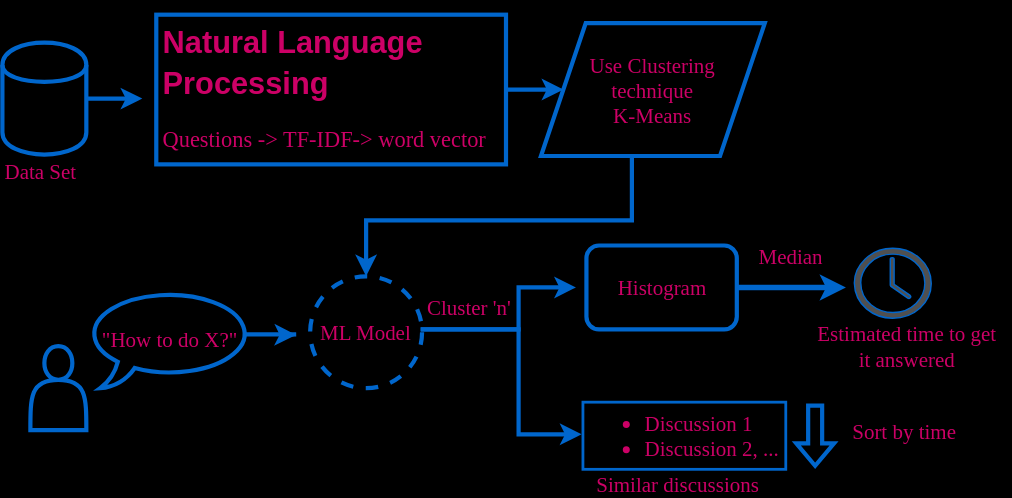
Above: images/TechHelper.svg in cksajil/cksajil.github.io (draw.io), before the change. Source tidied: cells renumbered, new cells last; positions are measured from the earlier drawing's top-left corner, leaving out a move shared by most shapes.
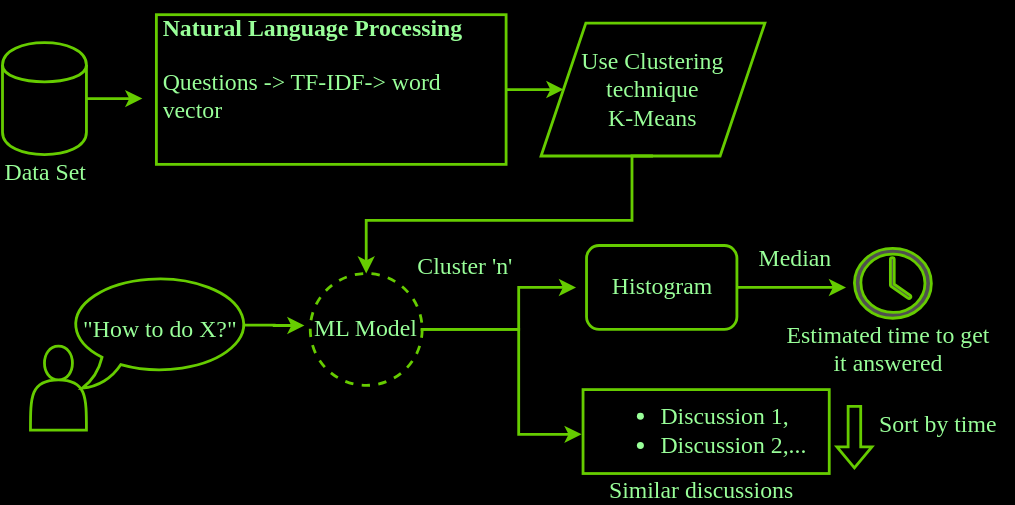
After the change.

Diff of the diagram source:
```diff
@@ -2,21 +2,21 @@
   <root>
     <mxCell id="0" />
     <mxCell id="1" parent="0" />
-    <mxCell id="2" style="edgeStyle=orthogonalEdgeStyle;rounded=0;jettySize=auto;html=1;exitX=1;exitY=0.5;exitDx=0;exitDy=0;strokeWidth=3;fontColor=#CC0066;strokeColor=#0066CC;" parent="1" edge="1" source="3">
+    <mxCell id="2" style="edgeStyle=orthogonalEdgeStyle;rounded=0;jettySize=auto;html=1;exitX=1;exitY=0.5;exitDx=0;exitDy=0;strokeWidth=2;fontFamily=Georgia;fontSize=17;fontColor=#99FF99;strokeColor=#66CC00;" parent="1" edge="1" source="3">
       <mxGeometry relative="1" as="geometry">
         <mxPoint x="100" y="60" as="targetPoint" />
       </mxGeometry>
     </mxCell>
-    <mxCell id="3" style="shape=cylinder;whiteSpace=wrap;html=1;boundedLbl=1;backgroundOutline=1;strokeWidth=3;fontColor=#CC0066;fillColor=none;strokeColor=#0066CC;" parent="1" vertex="1">
+    <mxCell id="3" style="shape=cylinder;whiteSpace=wrap;html=1;boundedLbl=1;backgroundOutline=1;strokeWidth=2;fillColor=none;fontFamily=Georgia;fontSize=17;fontColor=#99FF99;strokeColor=#66CC00;" parent="1" vertex="1">
       <mxGeometry y="20" width="60" height="80" as="geometry" />
     </mxCell>
-    <mxCell id="4" style="edgeStyle=orthogonalEdgeStyle;rounded=0;jettySize=auto;html=1;exitX=1;exitY=0.5;exitDx=0;exitDy=0;strokeWidth=3;entryX=0;entryY=0.5;entryDx=0;entryDy=0;fontColor=#CC0066;strokeColor=#0066CC;" parent="1" edge="1" source="5" target="7">
+    <mxCell id="4" style="edgeStyle=orthogonalEdgeStyle;rounded=0;jettySize=auto;html=1;exitX=1;exitY=0.5;exitDx=0;exitDy=0;strokeWidth=2;entryX=0;entryY=0.5;entryDx=0;entryDy=0;fontFamily=Georgia;fontSize=17;fontColor=#99FF99;strokeColor=#66CC00;" parent="1" edge="1" source="5" target="7">
       <mxGeometry relative="1" as="geometry" />
     </mxCell>
-    <mxCell id="5" value="&lt;h1&gt;&lt;font style=&quot;font-size: 22px&quot;&gt;Natural Language Processing&lt;/font&gt;&lt;/h1&gt;&lt;p&gt;&lt;font face=&quot;Verdana&quot; style=&quot;font-size: 16px&quot;&gt;Questions -&amp;gt; TF-IDF-&amp;gt; word vector&lt;/font&gt;&lt;/p&gt;" style="text;html=1;fillColor=none;spacing=5;spacingTop=-20;whiteSpace=wrap;overflow=hidden;rounded=0;strokeWidth=3;fontColor=#CC0066;strokeColor=#0066CC;" parent="1" vertex="1">
+    <mxCell id="5" value="&lt;h1 style=&quot;font-size: 17px;&quot;&gt;&lt;font style=&quot;font-size: 17px;&quot;&gt;Natural Language Processing&lt;/font&gt;&lt;/h1&gt;&lt;p style=&quot;font-size: 17px;&quot;&gt;&lt;font style=&quot;font-size: 17px;&quot;&gt;Questions -&amp;gt; TF-IDF-&amp;gt; word vector&lt;/font&gt;&lt;/p&gt;" style="text;html=1;fillColor=none;spacing=5;spacingTop=-20;whiteSpace=wrap;overflow=hidden;rounded=0;strokeWidth=2;fontFamily=Georgia;fontSize=17;fontColor=#99FF99;strokeColor=#66CC00;" parent="1" vertex="1">
       <mxGeometry x="110" width="250" height="107" as="geometry" />
     </mxCell>
-    <mxCell id="6" style="edgeStyle=orthogonalEdgeStyle;rounded=0;jettySize=auto;html=1;exitX=0.5;exitY=1;exitDx=0;exitDy=0;strokeWidth=3;entryX=0.5;entryY=0;entryDx=0;entryDy=0;fontColor=#CC0066;strokeColor=#0066CC;" parent="1" edge="1" source="7" target="10">
+    <mxCell id="6" style="edgeStyle=orthogonalEdgeStyle;rounded=0;jettySize=auto;html=1;exitX=0.5;exitY=1;exitDx=0;exitDy=0;strokeWidth=2;entryX=0.5;entryY=0;entryDx=0;entryDy=0;fontFamily=Georgia;fontSize=17;fontColor=#99FF99;strokeColor=#66CC00;" parent="1" edge="1" source="7" target="10">
       <mxGeometry relative="1" as="geometry">
         <Array as="points">
           <mxPoint x="450" y="101" />
@@ -25,10 +25,10 @@
         </Array>
       </mxGeometry>
     </mxCell>
-    <mxCell id="7" value="&lt;font face=&quot;Verdana&quot; style=&quot;font-size: 15px&quot;&gt;Use Clustering&lt;br&gt;technique&lt;br&gt;K-Means&lt;/font&gt;" style="shape=parallelogram;perimeter=parallelogramPerimeter;whiteSpace=wrap;html=1;strokeWidth=3;fontColor=#CC0066;fillColor=none;strokeColor=#0066CC;" parent="1" vertex="1">
+    <mxCell id="7" value="&lt;font style=&quot;font-size: 17px;&quot;&gt;Use Clustering&lt;br style=&quot;font-size: 17px;&quot;&gt;technique&lt;br style=&quot;font-size: 17px;&quot;&gt;K-Means&lt;/font&gt;" style="shape=parallelogram;perimeter=parallelogramPerimeter;whiteSpace=wrap;html=1;strokeWidth=2;fillColor=none;fontFamily=Georgia;fontSize=17;fontColor=#99FF99;strokeColor=#66CC00;" parent="1" vertex="1">
       <mxGeometry x="385" y="6" width="160" height="95" as="geometry" />
     </mxCell>
-    <mxCell id="8" style="edgeStyle=orthogonalEdgeStyle;rounded=0;orthogonalLoop=1;jettySize=auto;html=1;exitX=1;exitY=0.5;exitDx=0;exitDy=0;strokeWidth=3;fontColor=#CC0066;strokeColor=#0066CC;" parent="1" edge="1">
+    <mxCell id="8" style="edgeStyle=orthogonalEdgeStyle;rounded=0;orthogonalLoop=1;jettySize=auto;html=1;exitX=1;exitY=0.5;exitDx=0;exitDy=0;strokeWidth=2;fontFamily=Georgia;fontSize=17;fontColor=#99FF99;strokeColor=#66CC00;" parent="1" edge="1">
       <mxGeometry relative="1" as="geometry">
         <mxPoint x="299" y="225" as="sourcePoint" />
         <mxPoint x="410" y="195" as="targetPoint" />
@@ -38,7 +38,7 @@
         </Array>
       </mxGeometry>
     </mxCell>
-    <mxCell id="9" style="edgeStyle=orthogonalEdgeStyle;rounded=0;orthogonalLoop=1;jettySize=auto;html=1;exitX=1;exitY=0.5;exitDx=0;exitDy=0;entryX=0;entryY=0.5;entryDx=0;entryDy=0;strokeWidth=3;fontColor=#CC0066;strokeColor=#0066CC;" parent="1" edge="1">
+    <mxCell id="9" style="edgeStyle=orthogonalEdgeStyle;rounded=0;orthogonalLoop=1;jettySize=auto;html=1;exitX=1;exitY=0.5;exitDx=0;exitDy=0;entryX=0;entryY=0.5;entryDx=0;entryDy=0;strokeWidth=2;fontFamily=Georgia;fontSize=17;fontColor=#99FF99;strokeColor=#66CC00;" parent="1" edge="1">
       <mxGeometry relative="1" as="geometry">
         <mxPoint x="299" y="225" as="sourcePoint" />
         <mxPoint x="414" y="300" as="targetPoint" />
@@ -48,56 +48,56 @@
         </Array>
       </mxGeometry>
     </mxCell>
-    <mxCell id="10" value="&lt;font style=&quot;font-size: 15px&quot; face=&quot;Verdana&quot;&gt;ML Model&lt;/font&gt;" style="ellipse;whiteSpace=wrap;html=1;strokeWidth=3;dashed=1;fontColor=#CC0066;fillColor=none;strokeColor=#0066CC;" parent="1" vertex="1">
-      <mxGeometry x="220" y="187" width="80" height="80" as="geometry" />
+    <mxCell id="10" value="&lt;font style=&quot;font-size: 17px;&quot;&gt;ML Model&lt;/font&gt;" style="ellipse;whiteSpace=wrap;html=1;strokeWidth=2;dashed=1;fillColor=none;fontFamily=Georgia;fontSize=17;fontColor=#99FF99;strokeColor=#66CC00;" parent="1" vertex="1">
+      <mxGeometry x="220" y="185" width="80" height="80" as="geometry" />
     </mxCell>
-    <mxCell id="11" style="edgeStyle=orthogonalEdgeStyle;rounded=0;jettySize=auto;html=1;exitX=0.945;exitY=0.45;exitDx=0;exitDy=0;exitPerimeter=0;strokeWidth=3;fontColor=#CC0066;strokeColor=#0066CC;" parent="1" edge="1" source="12">
-      <mxGeometry relative="1" as="geometry">
-        <mxPoint x="210" y="229" as="targetPoint" />
-      </mxGeometry>
-    </mxCell>
+    <mxCell id="25" style="edgeStyle=orthogonalEdgeStyle;rounded=0;jettySize=auto;html=1;exitX=0.945;exitY=0.45;exitDx=0;exitDy=0;exitPerimeter=0;strokeWidth=2;fontFamily=Georgia;fontSize=17;fontColor=#99FF99;strokeColor=#66CC00;" parent="1" edge="1" source="12">
+      <mxGeometry relative="1" as="geometry">
+        <mxPoint x="215.8" y="222.2" as="targetPoint" />
+      </mxGeometry>
+    </mxCell>
-    <mxCell id="12" value="&lt;font style=&quot;font-size: 15px&quot; face=&quot;Verdana&quot;&gt;&quot;How to do X?&quot;&lt;/font&gt;" style="whiteSpace=wrap;html=1;shape=mxgraph.basic.oval_callout;strokeWidth=3;fontColor=#CC0066;fillColor=none;strokeColor=#0066CC;" parent="1" vertex="1">
-      <mxGeometry x="60" y="197" width="120" height="70" as="geometry" />
+    <mxCell id="12" value="&lt;font style=&quot;font-size: 17px;&quot;&gt;&quot;How to do X?&quot;&lt;/font&gt;" style="whiteSpace=wrap;html=1;shape=mxgraph.basic.oval_callout;strokeWidth=2;fillColor=none;fontFamily=Georgia;fontSize=17;fontColor=#99FF99;strokeColor=#66CC00;" parent="1" vertex="1">
+      <mxGeometry x="46" y="185" width="134" height="82" as="geometry" />
     </mxCell>
-    <mxCell id="13" style="shape=actor;whiteSpace=wrap;html=1;strokeWidth=3;fontColor=#CC0066;fillColor=none;strokeColor=#0066CC;" parent="1" vertex="1">
+    <mxCell id="13" style="shape=actor;whiteSpace=wrap;html=1;strokeWidth=2;fillColor=none;fontFamily=Georgia;fontSize=17;fontColor=#99FF99;strokeColor=#66CC00;" parent="1" vertex="1">
       <mxGeometry x="20" y="237" width="40" height="60" as="geometry" />
     </mxCell>
-    <mxCell id="14" style="shadow=0;dashed=0;html=1;fillColor=#505050;labelPosition=center;verticalLabelPosition=bottom;verticalAlign=top;align=center;shape=mxgraph.office.concepts.clock;fontColor=#CC0066;strokeColor=#0066CC;" parent="1" vertex="1">
+    <mxCell id="14" style="shadow=0;dashed=0;html=1;fillColor=#505050;labelPosition=center;verticalLabelPosition=bottom;verticalAlign=top;align=center;shape=mxgraph.office.concepts.clock;fontFamily=Georgia;fontSize=17;strokeWidth=2;fontColor=#99FF99;strokeColor=#66CC00;" parent="1" vertex="1">
       <mxGeometry x="609" y="167" width="55" height="50" as="geometry" />
     </mxCell>
-    <mxCell id="15" value="&lt;div style=&quot;text-align: center&quot;&gt;&lt;span style=&quot;font-size: 15px ; font-family: &amp;quot;verdana&amp;quot;&quot;&gt;Estimated time to get&lt;/span&gt;&lt;/div&gt;&lt;font style=&quot;font-size: 15px&quot; face=&quot;Verdana&quot;&gt;&lt;div style=&quot;text-align: center&quot;&gt;&lt;span&gt;it answered&lt;/span&gt;&lt;/div&gt;&lt;/font&gt;" style="text;html=1;align=left;verticalAlign=top;spacingTop=-4;fontColor=#CC0066;" parent="1" vertex="1">
-      <mxGeometry x="580.5" y="217" width="140" height="30" as="geometry" />
+    <mxCell id="15" value="&lt;div style=&quot;text-align: center; font-size: 17px;&quot;&gt;&lt;span style=&quot;font-size: 17px;&quot;&gt;Estimated time to get&lt;/span&gt;&lt;/div&gt;&lt;font style=&quot;font-size: 17px;&quot;&gt;&lt;div style=&quot;text-align: center; font-size: 17px;&quot;&gt;&lt;span style=&quot;font-size: 17px;&quot;&gt;it answered&lt;/span&gt;&lt;/div&gt;&lt;/font&gt;" style="text;html=1;align=left;verticalAlign=top;spacingTop=-4;fontFamily=Georgia;fontSize=17;strokeWidth=2;fontColor=#99FF99;" parent="1" vertex="1">
+      <mxGeometry x="559" y="217" width="155" height="40" as="geometry" />
     </mxCell>
-    <mxCell id="16" style="edgeStyle=orthogonalEdgeStyle;shape=flexArrow;rounded=0;orthogonalLoop=1;jettySize=auto;html=1;strokeWidth=3;width=8;endSize=4.33;endWidth=14;fontColor=#CC0066;strokeColor=#0066CC;" parent="1" edge="1">
+    <mxCell id="16" style="edgeStyle=orthogonalEdgeStyle;shape=flexArrow;rounded=0;orthogonalLoop=1;jettySize=auto;html=1;strokeWidth=2;width=8;endSize=4.33;endWidth=14;fontFamily=Georgia;fontSize=17;fontColor=#99FF99;strokeColor=#66CC00;" parent="1" edge="1">
       <mxGeometry relative="1" as="geometry">
-        <mxPoint x="581" y="278" as="sourcePoint" />
-        <mxPoint x="581" y="324" as="targetPoint" />
+        <mxPoint x="609" y="279" as="sourcePoint" />
+        <mxPoint x="609" y="325" as="targetPoint" />
       </mxGeometry>
     </mxCell>
-    <mxCell id="17" value="&lt;ul style=&quot;font-size: 15px&quot;&gt;&lt;li&gt;&lt;font face=&quot;Verdana&quot;&gt;Discussion 1&amp;nbsp; &amp;nbsp; &amp;nbsp;&lt;/font&gt;&lt;/li&gt;&lt;li&gt;&lt;font face=&quot;Verdana&quot;&gt;Discussion 2, ...&lt;/font&gt;&lt;/li&gt;&lt;/ul&gt;" style="text;html=1;fillColor=none;align=center;verticalAlign=middle;whiteSpace=wrap;rounded=0;strokeWidth=2;fontColor=#CC0066;strokeColor=#0066CC;" parent="1" vertex="1">
-      <mxGeometry x="415" y="277" width="145" height="48" as="geometry" />
+    <mxCell id="17" value="&lt;ul style=&quot;font-size: 17px&quot;&gt;&lt;li style=&quot;font-size: 17px&quot;&gt;&lt;font style=&quot;font-size: 17px&quot;&gt;Discussion 1,&amp;nbsp; &amp;nbsp;&lt;/font&gt;&lt;/li&gt;&lt;li style=&quot;font-size: 17px&quot;&gt;&lt;font style=&quot;font-size: 17px&quot;&gt;Discussion 2,...&lt;/font&gt;&lt;/li&gt;&lt;/ul&gt;" style="text;html=1;fillColor=none;align=center;verticalAlign=middle;whiteSpace=wrap;rounded=0;strokeWidth=2;fontFamily=Georgia;fontSize=17;fontColor=#99FF99;strokeColor=#66CC00;" parent="1" vertex="1">
+      <mxGeometry x="415" y="268" width="176" height="60" as="geometry" />
     </mxCell>
-    <mxCell id="18" value="&lt;div style=&quot;text-align: center&quot;&gt;&lt;font face=&quot;verdana&quot;&gt;&lt;span style=&quot;font-size: 15px&quot;&gt;Similar discussions&lt;/span&gt;&lt;/font&gt;&lt;/div&gt;" style="text;html=1;align=left;verticalAlign=top;spacingTop=-4;fontColor=#CC0066;" parent="1" vertex="1">
-      <mxGeometry x="422.5" y="325" width="130" height="20" as="geometry" />
+    <mxCell id="18" value="&lt;div style=&quot;text-align: center; font-size: 17px;&quot;&gt;&lt;font style=&quot;font-size: 17px;&quot;&gt;&lt;span style=&quot;font-size: 17px;&quot;&gt;Similar discussions&lt;/span&gt;&lt;/font&gt;&lt;/div&gt;" style="text;html=1;align=left;verticalAlign=top;spacingTop=-4;fontFamily=Georgia;fontSize=17;strokeWidth=2;fontColor=#99FF99;" parent="1" vertex="1">
+      <mxGeometry x="432" y="328" width="142" height="20" as="geometry" />
     </mxCell>
-    <mxCell id="19" value="&lt;font face=&quot;Verdana&quot; style=&quot;font-size: 15px&quot;&gt;Data Set&lt;/font&gt;" style="text;html=1;align=left;verticalAlign=top;spacingTop=-4;fontColor=#CC0066;" parent="1" vertex="1">
-      <mxGeometry y="101" width="70" height="20" as="geometry" />
+    <mxCell id="19" value="&lt;font style=&quot;font-size: 17px;&quot;&gt;Data Set&lt;/font&gt;" style="text;html=1;align=left;verticalAlign=top;spacingTop=-4;fontFamily=Georgia;fontSize=17;strokeWidth=2;fontColor=#99FF99;" parent="1" vertex="1">
+      <mxGeometry y="101" width="68" height="20" as="geometry" />
     </mxCell>
-    <mxCell id="20" value="&lt;font style=&quot;font-size: 15px&quot; face=&quot;Verdana&quot;&gt;Cluster 'n'&lt;/font&gt;" style="text;html=1;fillColor=none;align=center;verticalAlign=middle;whiteSpace=wrap;rounded=0;fontColor=#CC0066;" parent="1" vertex="1">
-      <mxGeometry x="284" y="199" width="100" height="20" as="geometry" />
+    <mxCell id="20" value="&lt;font style=&quot;font-size: 17px;&quot;&gt;Cluster 'n'&lt;/font&gt;" style="text;html=1;fillColor=none;align=center;verticalAlign=middle;whiteSpace=wrap;rounded=0;fontFamily=Georgia;fontSize=17;strokeWidth=2;fontColor=#99FF99;" parent="1" vertex="1">
+      <mxGeometry x="281" y="171" width="100" height="20" as="geometry" />
     </mxCell>
-    <mxCell id="21" value="&lt;div style=&quot;text-align: center&quot;&gt;&lt;font face=&quot;verdana&quot;&gt;&lt;span style=&quot;font-size: 15px&quot;&gt;Sort by time&amp;nbsp;&lt;/span&gt;&lt;/font&gt;&lt;/div&gt;" style="text;html=1;align=left;verticalAlign=top;spacingTop=-4;fontColor=#CC0066;" parent="1" vertex="1">
-      <mxGeometry x="605.5" y="287" width="90" height="20" as="geometry" />
+    <mxCell id="21" value="&lt;div style=&quot;text-align: center; font-size: 17px;&quot;&gt;&lt;font style=&quot;font-size: 17px;&quot;&gt;&lt;span style=&quot;font-size: 17px;&quot;&gt;Sort by time&amp;nbsp;&lt;/span&gt;&lt;/font&gt;&lt;/div&gt;" style="text;html=1;align=left;verticalAlign=top;spacingTop=-4;fontFamily=Georgia;fontSize=17;strokeWidth=2;fontColor=#99FF99;" parent="1" vertex="1">
+      <mxGeometry x="625" y="281" width="98" height="20" as="geometry" />
     </mxCell>
-    <mxCell id="22" value="&lt;div style=&quot;text-align: center&quot;&gt;&lt;font face=&quot;verdana&quot;&gt;&lt;span style=&quot;font-size: 15px&quot;&gt;Median&lt;/span&gt;&lt;/font&gt;&lt;/div&gt;" style="text;html=1;align=left;verticalAlign=top;spacingTop=-4;fontColor=#CC0066;" parent="1" vertex="1">
-      <mxGeometry x="539" y="162" width="60" height="20" as="geometry" />
+    <mxCell id="22" value="&lt;div style=&quot;text-align: center; font-size: 17px;&quot;&gt;&lt;font style=&quot;font-size: 17px;&quot;&gt;&lt;span style=&quot;font-size: 17px;&quot;&gt;Median&lt;/span&gt;&lt;/font&gt;&lt;/div&gt;" style="text;html=1;align=left;verticalAlign=top;spacingTop=-4;fontFamily=Georgia;fontSize=17;strokeWidth=2;fontColor=#99FF99;" parent="1" vertex="1">
+      <mxGeometry x="539" y="162" width="62" height="20" as="geometry" />
     </mxCell>
-    <mxCell id="23" style="edgeStyle=orthogonalEdgeStyle;rounded=0;jettySize=auto;html=1;exitX=1;exitY=0.5;exitDx=0;exitDy=0;fontColor=#CC0066;strokeWidth=4;strokeColor=#0066CC;" parent="1" edge="1" source="24">
+    <mxCell id="23" style="edgeStyle=orthogonalEdgeStyle;rounded=0;jettySize=auto;html=1;exitX=1;exitY=0.5;exitDx=0;exitDy=0;strokeWidth=2;fontFamily=Georgia;fontSize=17;fontColor=#99FF99;strokeColor=#66CC00;" parent="1" edge="1" source="24">
       <mxGeometry relative="1" as="geometry">
         <mxPoint x="603" y="195" as="targetPoint" />
       </mxGeometry>
     </mxCell>
-    <mxCell id="24" value="&lt;font face=&quot;Verdana&quot; style=&quot;font-size: 15px&quot;&gt;Histogram&lt;/font&gt;" style="rounded=1;whiteSpace=wrap;html=1;strokeWidth=3;fillColor=none;fontColor=#CC0066;strokeColor=#0066CC;" parent="1" vertex="1">
+    <mxCell id="24" value="&lt;font style=&quot;font-size: 17px;&quot;&gt;Histogram&lt;/font&gt;" style="rounded=1;whiteSpace=wrap;html=1;strokeWidth=2;fillColor=none;fontFamily=Georgia;fontSize=17;fontColor=#99FF99;strokeColor=#66CC00;" parent="1" vertex="1">
       <mxGeometry x="417.5" y="165" width="107.5" height="60" as="geometry" />
     </mxCell>
   </root>
```
